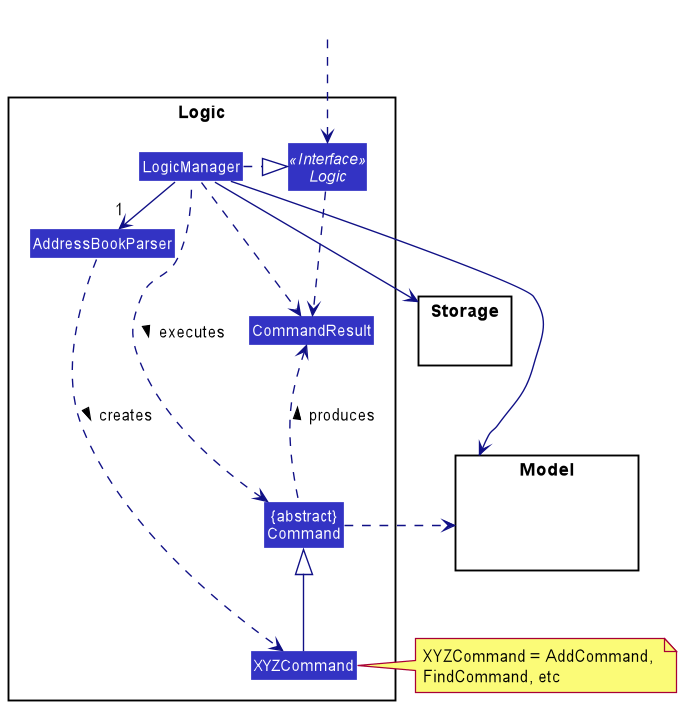
This is docs/images/LogicClassDiagram.png from nus-cs2103-AY2425S1/tp, a PlantUML export, as it was before one commit.
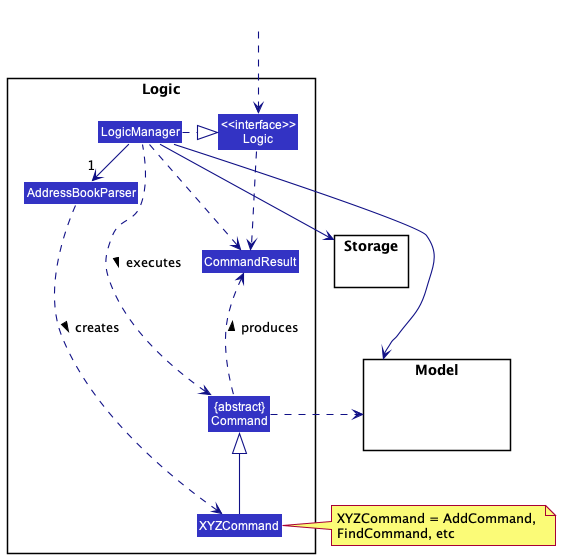
The same file after the commit.

Commit message:
Update class diagrams to use non-italics for <<interfaces>> (#115)

Diff of the diagram source:
```diff
@@ -12,7 +12,7 @@
 Class "{abstract}\nCommand" as Command
 
 
-Interface Logic <<Interface>>
+Class "<<interface>>\nLogic" as Logic
 Class LogicManager
 }
 
```
